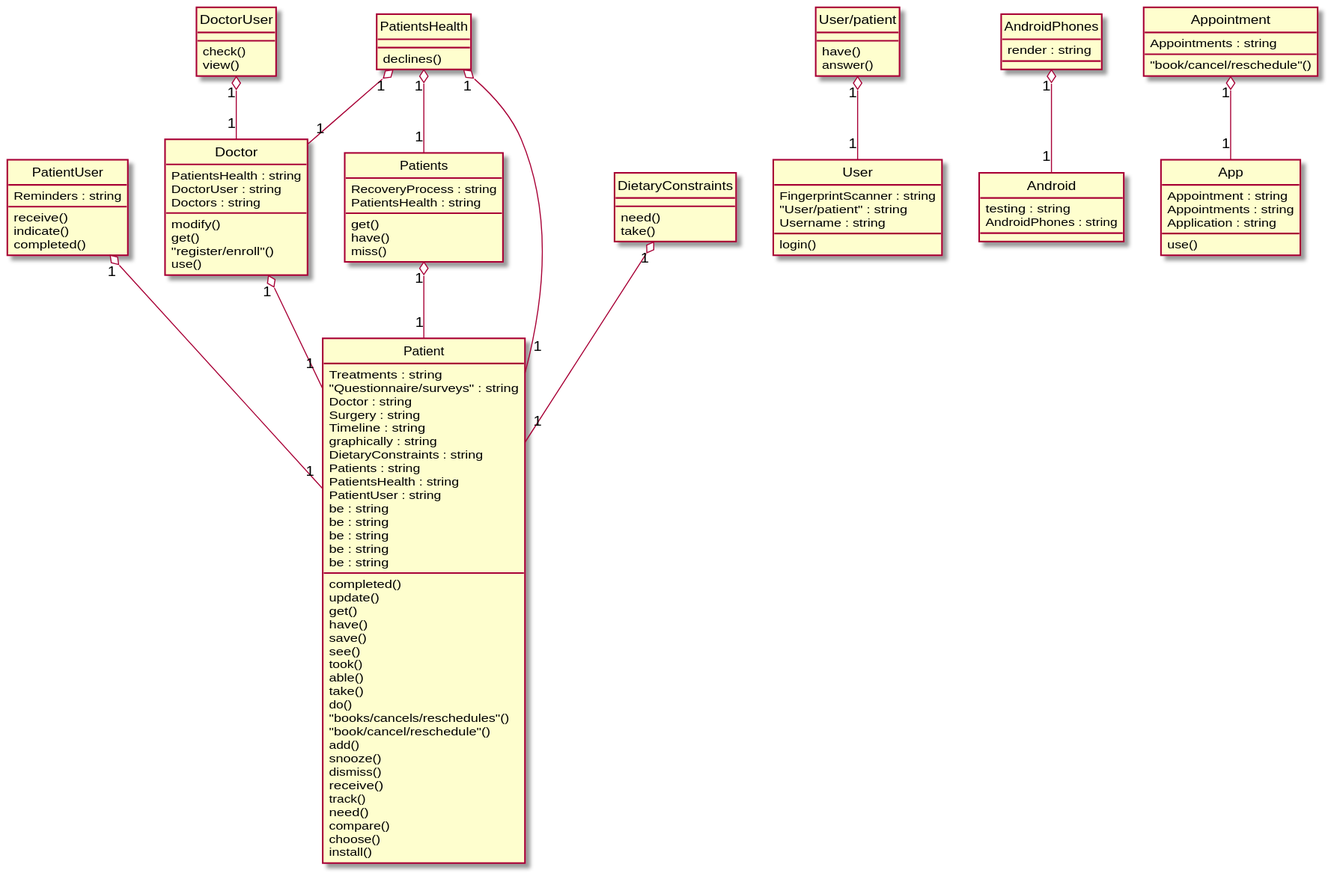
Earlier version of the PlantUML export Diagrams/2019-USC-Project08.svg (xixixhalu/DomainModelExtractor).
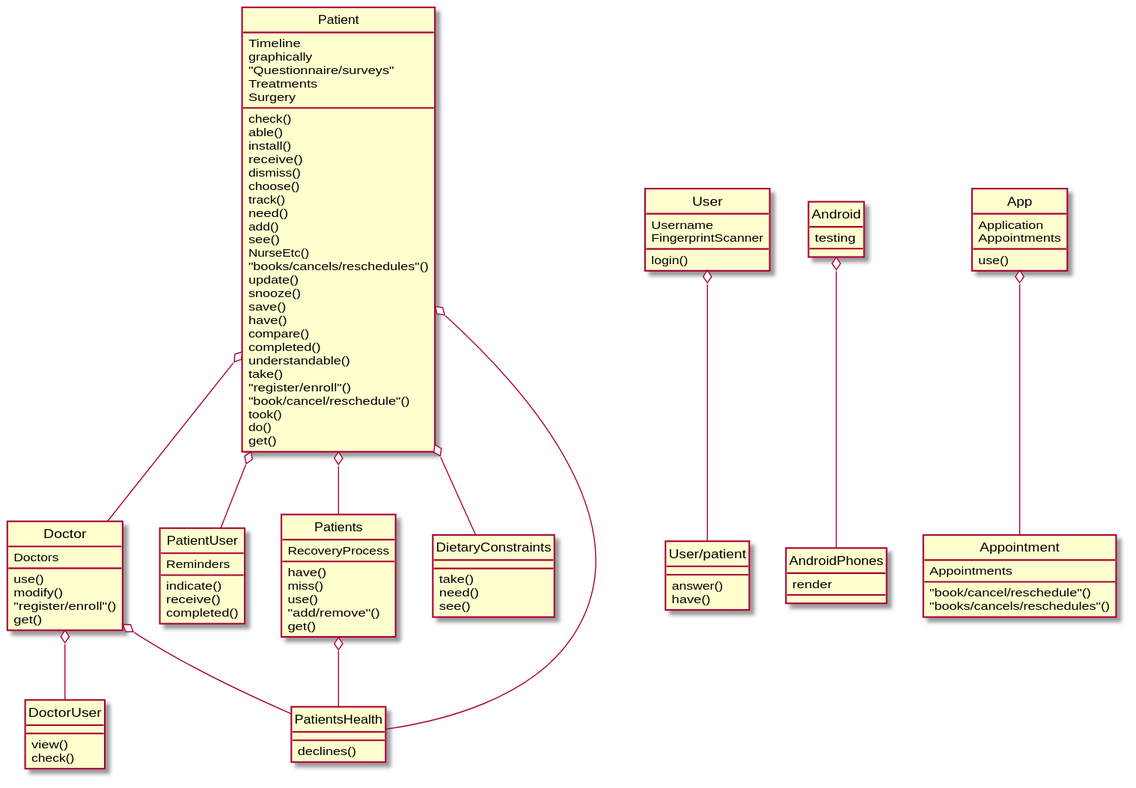
After the commit.

The edit, as a diff of the source:
```diff
@@ -1,112 +1,104 @@
 @startuml
 hide circle
 class Doctor {
-	PatientsHealth : string
-	DoctorUser : string
-	Doctors : string
+	Doctors
+	use()
 	modify()
+	"register/enroll"()
 	get()
-	"register/enroll"()
-	use()
 }
 class PatientUser {
-	Reminders : string
+	Reminders
+	indicate()
 	receive()
-	indicate()
 	completed()
 }
 class User {
-	FingerprintScanner : string
-	"User/patient" : string
-	Username : string
+	Username
+	FingerprintScanner
 	login()
 }
 class Patients {
-	RecoveryProcess : string
-	PatientsHealth : string
-	get()
+	RecoveryProcess
 	have()
 	miss()
+	use()
+	"add/remove"()
+	get()
 }
 class AndroidPhones {
-	render : string
+	render
 }
 class Patient {
-	Treatments : string
-	"Questionnaire/surveys" : string
-	Doctor : string
-	Surgery : string
-	Timeline : string
-	graphically : string
-	DietaryConstraints : string
-	Patients : string
-	PatientsHealth : string
-	PatientUser : string
-	be : string
-	be : string
-	be : string
-	be : string
-	be : string
-	completed()
-	update()
-	get()
-	have()
-	save()
-	see()
-	took()
+	Timeline
+	graphically
+	"Questionnaire/surveys"
+	Treatments
+	Surgery
+	check()
 	able()
-	take()
-	do()
-	"books/cancels/reschedules"()
-	"book/cancel/reschedule"()
-	add()
-	snooze()
+	install()
+	receive()
 	dismiss()
-	receive()
+	choose()
 	track()
 	need()
+	add()
+	see()
+	NurseEtc()
+	"books/cancels/reschedules"()
+	update()
+	snooze()
+	save()
+	have()
 	compare()
-	choose()
-	install()
+	completed()
+	understandable()
+	take()
+	"register/enroll"()
+	"book/cancel/reschedule"()
+	took()
+	do()
+	get()
 }
 class Android {
-	testing : string
-	AndroidPhones : string
+	testing
 }
 class App {
-	Appointment : string
-	Appointments : string
-	Application : string
+	Application
+	Appointments
 	use()
 }
 class Appointment {
-	Appointments : string
+	Appointments
 	"book/cancel/reschedule"()
+	"books/cancels/reschedules"()
+}
+class DoctorUser {
+	view()
+	check()
+}
+class DietaryConstraints {
+	take()
+	need()
+	see()
 }
 class User/patient {
+	answer()
 	have()
-	answer()
 }
 class PatientsHealth {
 	declines()
 }
-class DoctorUser {
-	check()
-	view()
-}
-class DietaryConstraints {
-	need()
-	take()
-}
-AndroidPhones "1" o-- "1" Android
-Doctor "1" o-- "1" Patient
-Appointment "1" o-- "1" App
-PatientUser "1" o-- "1" Patient
-PatientsHealth "1" o-- "1" Doctor
-Patients "1" o-- "1" Patient
-DoctorUser "1" o-- "1" Doctor
-PatientsHealth "1" o-- "1" Patient
-"User/patient" "1" o-- "1" User
-DietaryConstraints "1" o-- "1" Patient
-PatientsHealth "1" o-- "1" Patients
+Doctor o-- DoctorUser
+User o-- "User/patient"
+Patient o-- PatientsHealth
+Patients o-- PatientsHealth
+Android o-- AndroidPhones
+Patient o-- Doctor
+App o-- Appointment
+Patient o-- PatientUser
+Patient o-- Patients
+Doctor o-- PatientsHealth
+Patient o-- DietaryConstraints
 @enduml
```
